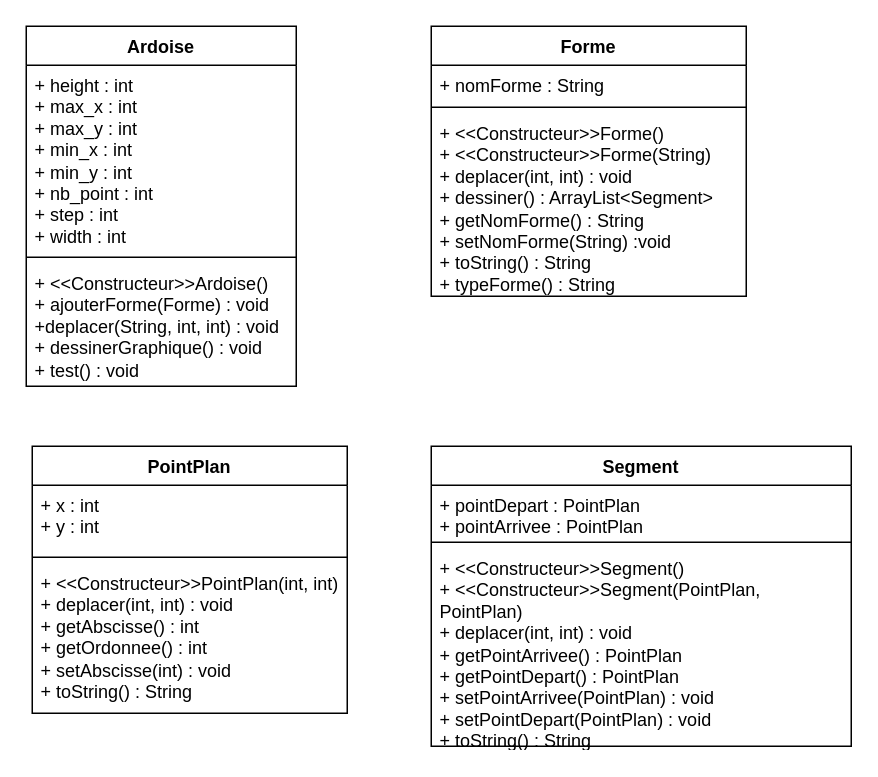
Earlier version of the draw.io diagram UML javadoc.drawio (imranbel8/SAE-S201). Source tidied: cells renumbered, new cells numbered last; positions are measured from the earlier drawing's top-left corner, leaving out a move shared by most shapes. Both pictures are drawn from the tidied source at 150%, with x=0, y=0 at pixel (26, 26).
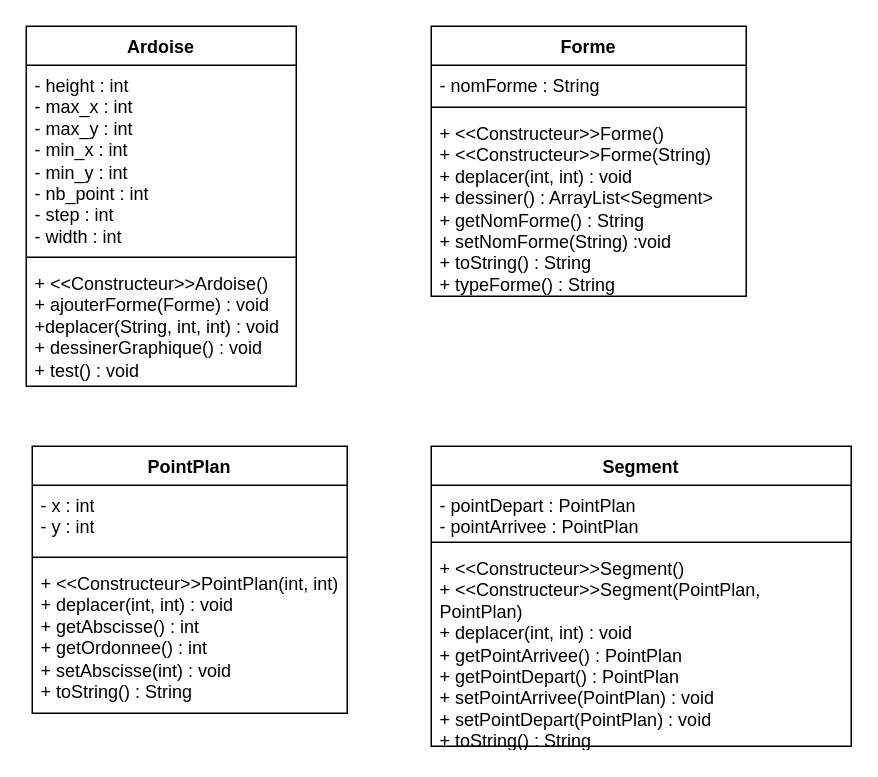
The same page after the edit.

Commit message:
Mettre à jour UML javadoc.drawio

Change to the diagram source:
```diff
@@
 <mxGraphModel>
   <root>
     <mxCell id="0" />
     <mxCell id="1" parent="0" />
     <mxCell id="2" value="Segment" style="swimlane;fontStyle=1;align=center;verticalAlign=top;horizontal=1;startSize=26;whiteSpace=wrap;html=1;" parent="1" vertex="1">
       <mxGeometry x="270" y="280" width="280" height="200" as="geometry" />
     </mxCell>
-    <mxCell id="3" value="&lt;div&gt;+ pointDepart : PointPlan&lt;/div&gt;&lt;div&gt;+ pointArrivee : PointPlan&lt;br&gt;&lt;/div&gt;" style="text;strokeColor=none;fillColor=none;align=left;verticalAlign=top;spacingLeft=4;spacingRight=4;overflow=hidden;whiteSpace=wrap;html=1;" parent="2" vertex="1">
+    <mxCell id="3" value="&lt;div&gt;- pointDepart : PointPlan&lt;/div&gt;&lt;div&gt;- pointArrivee : PointPlan&lt;br&gt;&lt;/div&gt;" style="text;strokeColor=none;fillColor=none;align=left;verticalAlign=top;spacingLeft=4;spacingRight=4;overflow=hidden;whiteSpace=wrap;html=1;" parent="2" vertex="1">
       <mxGeometry y="26" width="280" height="34" as="geometry" />
     </mxCell>
     <mxCell id="4" style="line;strokeWidth=1;fillColor=none;align=left;verticalAlign=middle;spacingTop=-1;spacingLeft=3;spacingRight=3;labelPosition=right;strokeColor=inherit;" parent="2" vertex="1">
       <mxGeometry y="60" width="280" height="8" as="geometry" />
     </mxCell>
     <mxCell id="5" value="&lt;div&gt;+ &amp;lt;&amp;lt;Constructeur&amp;gt;&amp;gt;Segment()&lt;br&gt;&lt;/div&gt;&lt;div&gt;+ &amp;lt;&amp;lt;Constructeur&amp;gt;&amp;gt;Segment(PointPlan, PointPlan)&lt;br&gt;&lt;/div&gt;&lt;div&gt;+ deplacer(int, int) : void&lt;/div&gt;+ getPointArrivee() : PointPlan&lt;br&gt;+ getPointDepart() : PointPlan&lt;br&gt;+ setPointArrivee(PointPlan) : void&lt;br&gt;+ setPointDepart(PointPlan) : void&lt;br&gt;+ toString() : String" style="text;strokeColor=none;fillColor=none;align=left;verticalAlign=top;spacingLeft=4;spacingRight=4;overflow=hidden;whiteSpace=wrap;html=1;" parent="2" vertex="1">
       <mxGeometry y="68" width="280" height="132" as="geometry" />
     </mxCell>
     <mxCell id="6" value="PointPlan" style="swimlane;fontStyle=1;align=center;verticalAlign=top;horizontal=1;startSize=26;whiteSpace=wrap;html=1;" parent="1" vertex="1">
       <mxGeometry x="4" y="280" width="210" height="178" as="geometry" />
     </mxCell>
-    <mxCell id="7" value="&lt;div&gt;+ x : int&lt;/div&gt;&lt;div&gt;+ y : int&lt;br&gt;&lt;/div&gt;" style="text;strokeColor=none;fillColor=none;align=left;verticalAlign=top;spacingLeft=4;spacingRight=4;overflow=hidden;whiteSpace=wrap;html=1;" parent="6" vertex="1">
+    <mxCell id="7" value="&lt;div&gt;- x : int&lt;/div&gt;&lt;div&gt;- y : int&lt;br&gt;&lt;/div&gt;" style="text;strokeColor=none;fillColor=none;align=left;verticalAlign=top;spacingLeft=4;spacingRight=4;overflow=hidden;whiteSpace=wrap;html=1;" parent="6" vertex="1">
       <mxGeometry y="26" width="210" height="44" as="geometry" />
     </mxCell>
     <mxCell id="8" style="line;strokeWidth=1;fillColor=none;align=left;verticalAlign=middle;spacingTop=-1;spacingLeft=3;spacingRight=3;labelPosition=right;strokeColor=inherit;" parent="6" vertex="1">
       <mxGeometry y="70" width="210" height="8" as="geometry" />
     </mxCell>
     <mxCell id="9" value="&lt;div&gt;+ &amp;lt;&amp;lt;Constructeur&amp;gt;&amp;gt;PointPlan(int, int)&lt;/div&gt;&lt;div&gt;+ deplacer(int, int) : void&lt;/div&gt;&lt;div&gt;+ getAbscisse() : int&lt;/div&gt;&lt;div&gt;+ getOrdonnee() : int&lt;/div&gt;&lt;div&gt;+ setAbscisse(int) : void&lt;/div&gt;&lt;div&gt;+ toString() : String&lt;br&gt;&lt;/div&gt;" style="text;strokeColor=none;fillColor=none;align=left;verticalAlign=top;spacingLeft=4;spacingRight=4;overflow=hidden;whiteSpace=wrap;html=1;" parent="6" vertex="1">
       <mxGeometry y="78" width="210" height="100" as="geometry" />
     </mxCell>
     <mxCell id="10" value="Forme" style="swimlane;fontStyle=1;align=center;verticalAlign=top;horizontal=1;startSize=26;whiteSpace=wrap;html=1;" parent="1" vertex="1">
       <mxGeometry x="270" width="210" height="180" as="geometry" />
     </mxCell>
-    <mxCell id="11" value="+ nomForme : String" style="text;strokeColor=none;fillColor=none;align=left;verticalAlign=top;spacingLeft=4;spacingRight=4;overflow=hidden;whiteSpace=wrap;html=1;" parent="10" vertex="1">
+    <mxCell id="11" value="- nomForme : String" style="text;strokeColor=none;fillColor=none;align=left;verticalAlign=top;spacingLeft=4;spacingRight=4;overflow=hidden;whiteSpace=wrap;html=1;" parent="10" vertex="1">
       <mxGeometry y="26" width="210" height="24" as="geometry" />
     </mxCell>
     <mxCell id="12" style="line;strokeWidth=1;fillColor=none;align=left;verticalAlign=middle;spacingTop=-1;spacingLeft=3;spacingRight=3;labelPosition=right;strokeColor=inherit;" parent="10" vertex="1">
       <mxGeometry y="50" width="210" height="8" as="geometry" />
     </mxCell>
     <mxCell id="13" value="&lt;div&gt;+ &amp;lt;&amp;lt;Constructeur&amp;gt;&amp;gt;Forme()&lt;/div&gt;&lt;div&gt;+ &amp;lt;&amp;lt;Constructeur&amp;gt;&amp;gt;Forme(String)&lt;/div&gt;&lt;div&gt;+ deplacer(int, int) : void&lt;/div&gt;&lt;div&gt;+ dessiner() : ArrayList&amp;lt;Segment&amp;gt;&lt;/div&gt;&lt;div&gt;+ getNomForme() : String&lt;/div&gt;&lt;div&gt;+ setNomForme(String) :void&lt;/div&gt;&lt;div&gt;+ toString() : String&lt;/div&gt;&lt;div&gt;+ typeForme() : String&lt;br&gt;&lt;/div&gt;" style="text;strokeColor=none;fillColor=none;align=left;verticalAlign=top;spacingLeft=4;spacingRight=4;overflow=hidden;whiteSpace=wrap;html=1;" parent="10" vertex="1">
       <mxGeometry y="58" width="210" height="122" as="geometry" />
     </mxCell>
     <mxCell id="14" value="Ardoise" style="swimlane;fontStyle=1;align=center;verticalAlign=top;horizontal=1;startSize=26;whiteSpace=wrap;html=1;" parent="1" vertex="1">
       <mxGeometry width="180" height="240" as="geometry" />
     </mxCell>
-    <mxCell id="15" value="&lt;div&gt;+ height : int&lt;/div&gt;&lt;div&gt;+ max_x : int&lt;/div&gt;&lt;div&gt;+ max_y : int&lt;/div&gt;&lt;div&gt;+ min_x : int&lt;/div&gt;&lt;div&gt;+ min_y : int&lt;br&gt;&lt;/div&gt;&lt;div&gt;+ nb_point : int&lt;/div&gt;&lt;div&gt;+ step : int&lt;/div&gt;&lt;div&gt;+ width : int&lt;br&gt;&lt;/div&gt;" style="text;strokeColor=none;fillColor=none;align=left;verticalAlign=top;spacingLeft=4;spacingRight=4;overflow=hidden;whiteSpace=wrap;html=1;" parent="14" vertex="1">
+    <mxCell id="15" value="&lt;div&gt;- height : int&lt;/div&gt;&lt;div&gt;- max_x : int&lt;/div&gt;&lt;div&gt;- max_y : int&lt;/div&gt;&lt;div&gt;- min_x : int&lt;/div&gt;&lt;div&gt;- min_y : int&lt;br&gt;&lt;/div&gt;&lt;div&gt;- nb_point : int&lt;/div&gt;&lt;div&gt;- step : int&lt;/div&gt;&lt;div&gt;- width : int&lt;br&gt;&lt;/div&gt;" style="text;strokeColor=none;fillColor=none;align=left;verticalAlign=top;spacingLeft=4;spacingRight=4;overflow=hidden;whiteSpace=wrap;html=1;" parent="14" vertex="1">
       <mxGeometry y="26" width="180" height="124" as="geometry" />
     </mxCell>
     <mxCell id="16" style="line;strokeWidth=1;fillColor=none;align=left;verticalAlign=middle;spacingTop=-1;spacingLeft=3;spacingRight=3;labelPosition=right;strokeColor=inherit;" parent="14" vertex="1">
       <mxGeometry y="150" width="180" height="8" as="geometry" />
     </mxCell>
     <mxCell id="17" value="&lt;div&gt;+ &amp;lt;&amp;lt;Constructeur&amp;gt;&amp;gt;Ardoise()&lt;/div&gt;&lt;div&gt;+ ajouterForme(Forme) : void&lt;/div&gt;&lt;div&gt;+deplacer(String, int, int) : void&lt;/div&gt;&lt;div&gt;+ dessinerGraphique() : void&lt;/div&gt;&lt;div&gt;+ test() : void&lt;br&gt;&lt;/div&gt;" style="text;strokeColor=none;fillColor=none;align=left;verticalAlign=top;spacingLeft=4;spacingRight=4;overflow=hidden;whiteSpace=wrap;html=1;" parent="14" vertex="1">
       <mxGeometry y="158" width="180" height="82" as="geometry" />
     </mxCell>
   </root>
 </mxGraphModel>
```
